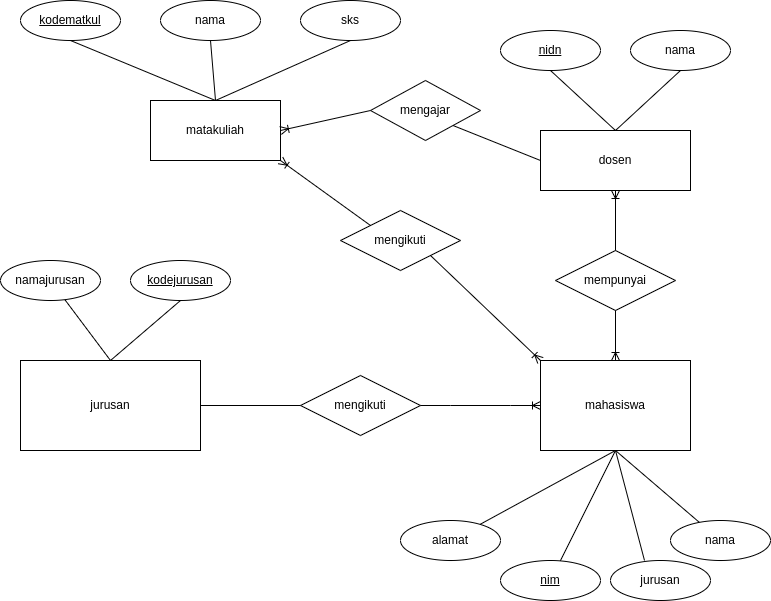
Earlier version of the draw.io export tes draw io c14.png (bagjaalam1/RUBICAMP). Source tidied: cells renumbered, new cells last; positions are measured from the earlier drawing's top-left corner, leaving out a move shared by most shapes.
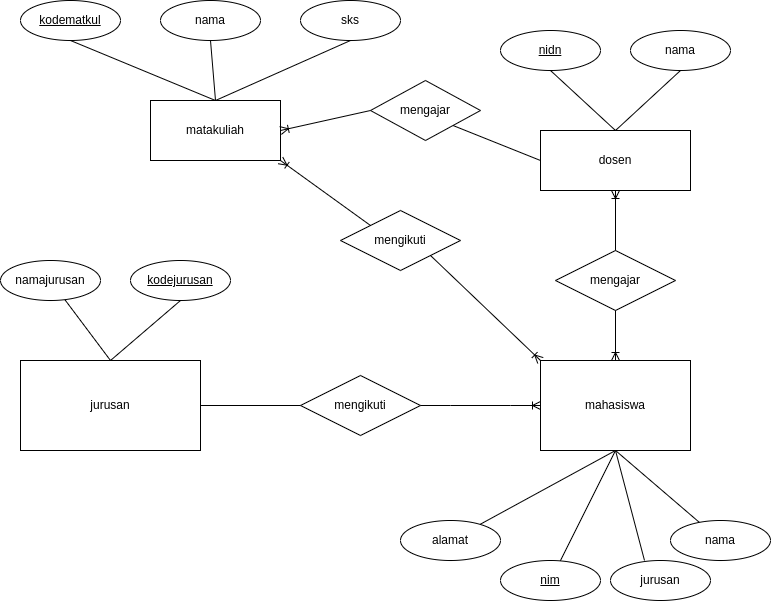
The same file after the commit.

The edit, as a diff of the source:
```diff
@@ -50,7 +50,7 @@
     <mxCell id="17" value="dosen" style="whiteSpace=wrap;html=1;align=center;" parent="1" vertex="1">
       <mxGeometry x="540" y="130" width="150" height="60" as="geometry" />
     </mxCell>
-    <mxCell id="18" value="mempunyai" style="shape=rhombus;perimeter=rhombusPerimeter;whiteSpace=wrap;html=1;align=center;" parent="1" vertex="1">
+    <mxCell id="18" value="mengajar" style="shape=rhombus;perimeter=rhombusPerimeter;whiteSpace=wrap;html=1;align=center;" parent="1" vertex="1">
       <mxGeometry x="555" y="250" width="120" height="60" as="geometry" />
     </mxCell>
     <mxCell id="19" style="fontSize=12;html=1;endArrow=ERoneToMany;rounded=0;entryX=0.5;entryY=1;entryDx=0;entryDy=0;exitX=0.5;exitY=0;exitDx=0;exitDy=0;" parent="1" edge="1" source="18" target="17">
```
